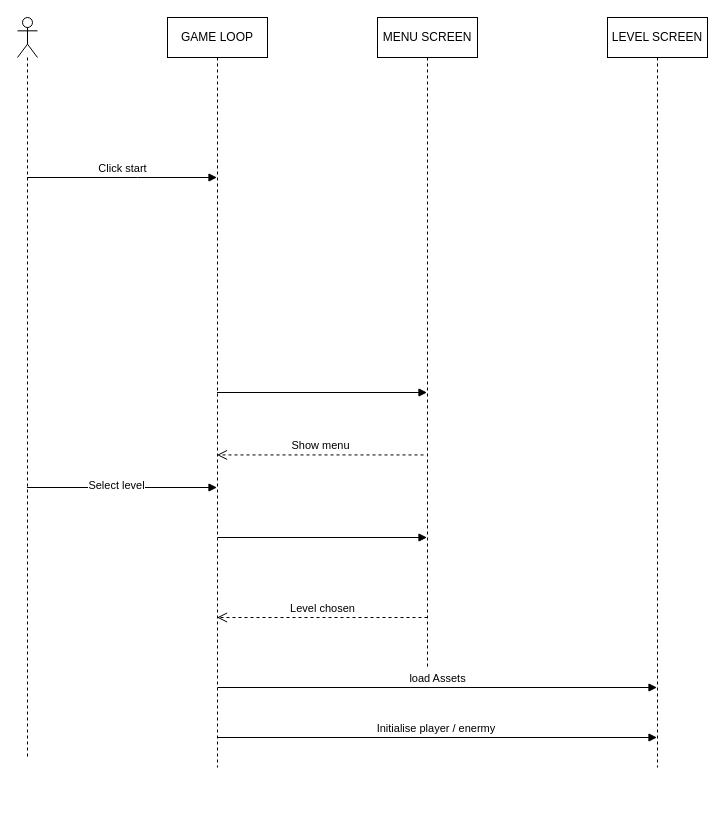
Earlier version of the draw.io diagram diagrams/statmenu.drawio (TUHEU/MATH-RUNNER). Source tidied: cells renumbered, new cells numbered last; positions are measured from the earlier drawing's top-left corner, leaving out a move shared by most shapes. Both pictures are drawn from the tidied source at 100%, with x=0, y=0 at pixel (17, 17).
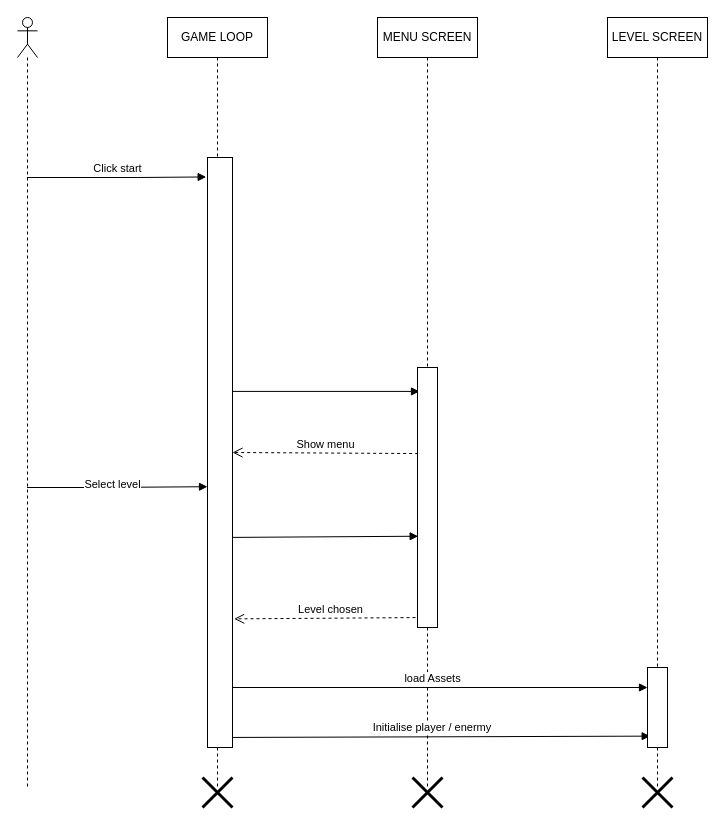
After the change.

The edit, as a diff of the source:
```diff
@@
     <mxCell id="2" style="shape=umlLifeline;perimeter=lifelinePerimeter;whiteSpace=wrap;html=1;outlineConnect=0;portConstraint=eastwest;newEdgeStyle={&quot;curved&quot;:0,&quot;rounded&quot;:0};participant=umlActor;" parent="1" vertex="1">
-      <mxGeometry width="20" height="740" as="geometry" />
+      <mxGeometry width="20" height="770" as="geometry" />
     </mxCell>
     <mxCell id="3" value="GAME LOOP" style="shape=umlLifeline;perimeter=lifelinePerimeter;whiteSpace=wrap;html=1;outlineConnect=0;portConstraint=eastwest;newEdgeStyle={&quot;curved&quot;:0,&quot;rounded&quot;:0};" parent="1" vertex="1">
-      <mxGeometry x="150" width="100" height="750" as="geometry" />
+      <mxGeometry x="150" width="100" height="770" as="geometry" />
     </mxCell>
     <mxCell id="4" value="MENU SCREEN" style="shape=umlLifeline;perimeter=lifelinePerimeter;whiteSpace=wrap;html=1;outlineConnect=0;portConstraint=eastwest;newEdgeStyle={&quot;curved&quot;:0,&quot;rounded&quot;:0};" parent="1" vertex="1">
-      <mxGeometry x="360" width="100" height="650" as="geometry" />
+      <mxGeometry x="360" width="100" height="770" as="geometry" />
     </mxCell>
     <mxCell id="5" value="LEVEL SCREEN" style="shape=umlLifeline;perimeter=lifelinePerimeter;whiteSpace=wrap;html=1;outlineConnect=0;portConstraint=eastwest;newEdgeStyle={&quot;curved&quot;:0,&quot;rounded&quot;:0};" parent="1" vertex="1">
-      <mxGeometry x="590" width="100" height="750" as="geometry" />
+      <mxGeometry x="590" width="100" height="770" as="geometry" />
     </mxCell>
-    <mxCell id="6" value="Click start" style="html=1;verticalAlign=bottom;endArrow=block;curved=0;rounded=0;" parent="1" edge="1" source="2" target="3">
+    <mxCell id="6" value="Click start" style="html=1;verticalAlign=bottom;endArrow=block;curved=0;rounded=0;entryX=-0.053;entryY=0.033;entryDx=0;entryDy=0;entryPerimeter=0;" parent="1" edge="1" source="2" target="15">
       <mxGeometry relative="1" as="geometry">
         <Array as="points">
           <mxPoint x="120" y="160" />
         </Array>
       </mxGeometry>
     </mxCell>
-    <mxCell id="7" style="html=1;verticalAlign=bottom;endArrow=block;curved=0;rounded=0;" parent="1" edge="1" source="3" target="4">
+    <mxCell id="7" style="html=1;verticalAlign=bottom;endArrow=block;curved=0;rounded=0;entryX=0.1;entryY=0.092;entryDx=0;entryDy=0;entryPerimeter=0;" parent="1" edge="1" source="3" target="16">
       <mxGeometry relative="1" as="geometry" />
     </mxCell>
-    <mxCell id="8" value="Show menu" style="html=1;verticalAlign=bottom;endArrow=open;dashed=1;endSize=8;curved=0;rounded=0;exitX=0.46;exitY=0.673;exitDx=0;exitDy=0;exitPerimeter=0;" parent="1" edge="1" source="4" target="3">
+    <mxCell id="8" value="Show menu" style="html=1;verticalAlign=bottom;endArrow=open;dashed=1;endSize=8;curved=0;rounded=0;exitX=0.033;exitY=0.331;exitDx=0;exitDy=0;exitPerimeter=0;entryX=1;entryY=0.5;entryDx=0;entryDy=0;" parent="1" edge="1" source="16" target="15">
       <mxGeometry relative="1" as="geometry" />
     </mxCell>
-    <mxCell id="9" style="html=1;verticalAlign=bottom;endArrow=block;curved=0;rounded=0;" parent="1" edge="1">
+    <mxCell id="9" style="html=1;verticalAlign=bottom;endArrow=block;curved=0;rounded=0;entryX=0;entryY=0.558;entryDx=0;entryDy=0;entryPerimeter=0;" parent="1" edge="1" target="15">
       <mxGeometry x="-0.05" y="20" relative="1" as="geometry">
         <mxPoint x="9.5" y="470" as="sourcePoint" />
-        <mxPoint x="199.5" y="470" as="targetPoint" />
         <Array as="points">
           <mxPoint x="80" y="470" />
         </Array>
         <mxPoint x="1" as="offset" />
       </mxGeometry>
     </mxCell>
@@
-    <mxCell id="11" style="html=1;verticalAlign=bottom;endArrow=block;curved=0;rounded=0;" parent="1" edge="1" target="4">
+    <mxCell id="11" style="html=1;verticalAlign=bottom;endArrow=block;curved=0;rounded=0;entryX=0.033;entryY=0.649;entryDx=0;entryDy=0;entryPerimeter=0;" parent="1" edge="1" target="16">
       <mxGeometry relative="1" as="geometry">
         <mxPoint x="200" y="520" as="sourcePoint" />
       </mxGeometry>
     </mxCell>
-    <mxCell id="12" value="Level chosen" style="html=1;verticalAlign=bottom;endArrow=open;dashed=1;endSize=8;curved=0;rounded=0;" parent="1" edge="1" target="3">
+    <mxCell id="12" value="Level chosen" style="html=1;verticalAlign=bottom;endArrow=open;dashed=1;endSize=8;curved=0;rounded=0;entryX=1.067;entryY=0.782;entryDx=0;entryDy=0;entryPerimeter=0;" parent="1" edge="1" target="15">
       <mxGeometry relative="1" as="geometry">
         <mxPoint x="410" y="600" as="sourcePoint" />
       </mxGeometry>
     </mxCell>
-    <mxCell id="13" value="load Assets" style="html=1;verticalAlign=bottom;endArrow=block;curved=0;rounded=0;" parent="1" edge="1" target="5">
+    <mxCell id="13" value="load Assets" style="html=1;verticalAlign=bottom;endArrow=block;curved=0;rounded=0;entryX=0;entryY=0.25;entryDx=0;entryDy=0;" parent="1" edge="1" target="17">
       <mxGeometry relative="1" as="geometry">
         <mxPoint x="200" y="670" as="sourcePoint" />
       </mxGeometry>
     </mxCell>
-    <mxCell id="14" value="Initialise player / enermy&amp;nbsp;" style="html=1;verticalAlign=bottom;endArrow=block;curved=0;rounded=0;" parent="1" edge="1" target="5">
+    <mxCell id="14" value="Initialise player / enermy&amp;nbsp;" style="html=1;verticalAlign=bottom;endArrow=block;curved=0;rounded=0;entryX=0.133;entryY=0.858;entryDx=0;entryDy=0;entryPerimeter=0;" parent="1" edge="1" target="17">
       <mxGeometry relative="1" as="geometry">
         <mxPoint x="199.5" y="720" as="sourcePoint" />
       </mxGeometry>
     </mxCell>
+    <mxCell id="15" style="rounded=0;whiteSpace=wrap;html=1;" parent="1" vertex="1">
+      <mxGeometry x="190" y="140" width="25" height="590" as="geometry" />
+    </mxCell>
+    <mxCell id="16" style="rounded=0;whiteSpace=wrap;html=1;" parent="1" vertex="1">
+      <mxGeometry x="400" y="350" width="20" height="260" as="geometry" />
+    </mxCell>
+    <mxCell id="17" style="rounded=0;whiteSpace=wrap;html=1;" parent="1" vertex="1">
+      <mxGeometry x="630" y="650" width="20" height="80" as="geometry" />
+    </mxCell>
+    <mxCell id="18" style="shape=umlDestroy;whiteSpace=wrap;html=1;strokeWidth=3;targetShapes=umlLifeline;" parent="1" vertex="1">
+      <mxGeometry x="185" y="760" width="30" height="30" as="geometry" />
+    </mxCell>
+    <mxCell id="19" style="shape=umlDestroy;whiteSpace=wrap;html=1;strokeWidth=3;targetShapes=umlLifeline;" parent="1" vertex="1">
+      <mxGeometry x="395" y="760" width="30" height="30" as="geometry" />
+    </mxCell>
+    <mxCell id="20" style="shape=umlDestroy;whiteSpace=wrap;html=1;strokeWidth=3;targetShapes=umlLifeline;" parent="1" vertex="1">
+      <mxGeometry x="625" y="760" width="30" height="30" as="geometry" />
+    </mxCell>
```
